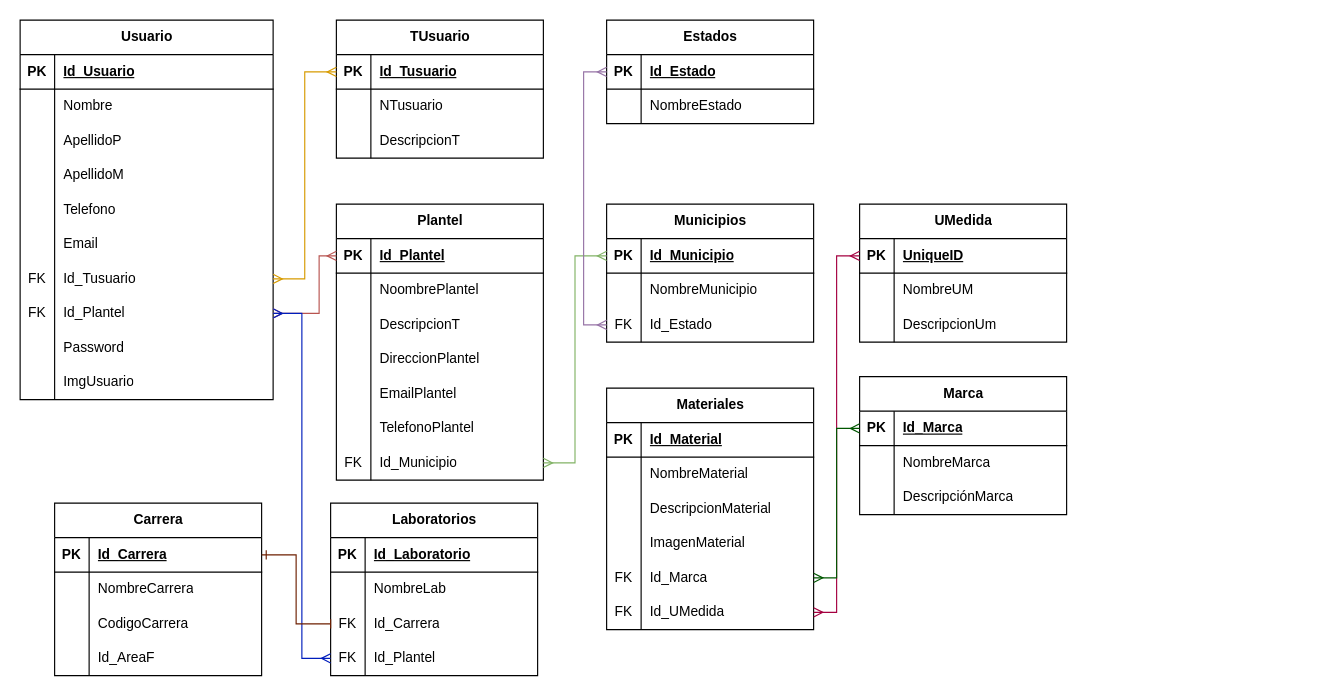
This is page "Modelo_Relacional" (2 of 2) of Diagrama sin título.drawio from JlchavezG/ContruccionBd, a draw.io file, before an edit. Source tidied: cells renumbered, new cells numbered last; positions are measured from the earlier drawing's top-left corner, leaving out a move shared by most shapes. Both pictures are drawn from the tidied source at 115%, with x=0, y=0 at pixel (20, 20).
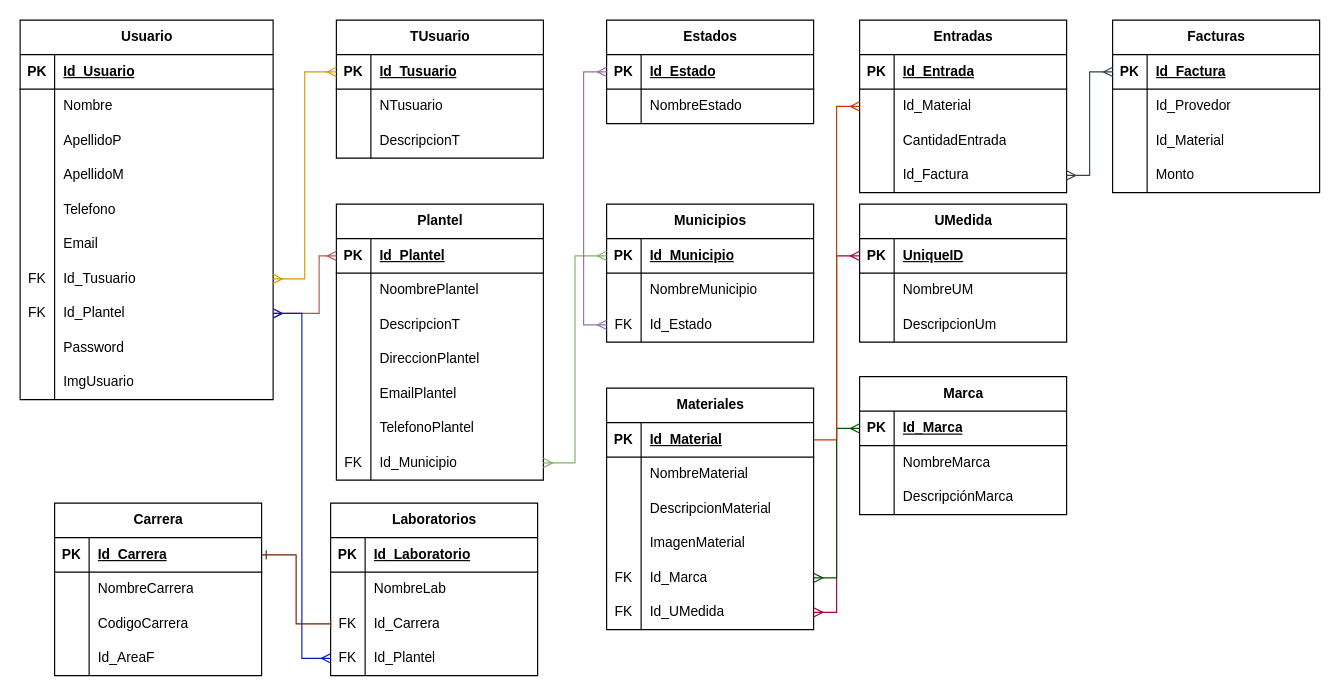
After the change.

The change refers to these unchanged cells:
```xml
<mxCell id="101" style="shape=tableRow;horizontal=0;startSize=0;swimlaneHead=0;swimlaneBody=0;fillColor=none;points=[[0,0.5],[1,0.5]];portConstraint=eastwest;top=0;left=0;right=0;bottom=1;" parent="100" vertex="1">
  <mxGeometry y="30" width="180" height="30" as="geometry" />
</mxCell>
```

Change to the diagram source:
```diff
@@
+    <mxCell id="155" value="Entradas" style="shape=table;startSize=30;childLayout=tableLayout;rowLines=0;fontStyle=1;align=center;html=1;" parent="1" vertex="1">
+      <mxGeometry x="730" width="180" height="150" as="geometry" />
+    </mxCell>
+    <mxCell id="156" style="shape=tableRow;horizontal=0;startSize=0;swimlaneHead=0;swimlaneBody=0;fillColor=none;top=0;left=0;right=0;bottom=1;" parent="155" vertex="1">
+      <mxGeometry y="30" width="180" height="30" as="geometry" />
+    </mxCell>
+    <mxCell id="157" value="PK" style="shape=partialRectangle;fillColor=none;top=0;left=0;bottom=0;right=0;fontStyle=1;overflow=hidden;whiteSpace=wrap;html=1;" parent="156" vertex="1">
+      <mxGeometry width="30" height="30" as="geometry" />
+    </mxCell>
+    <mxCell id="158" value="Id_Entrada" style="shape=partialRectangle;fillColor=none;top=0;left=0;bottom=0;right=0;align=left;spacingLeft=6;fontStyle=5;overflow=hidden;whiteSpace=wrap;html=1;" parent="156" vertex="1">
+      <mxGeometry x="30" width="150" height="30" as="geometry" />
+    </mxCell>
+    <mxCell id="159" style="shape=tableRow;horizontal=0;startSize=0;swimlaneHead=0;swimlaneBody=0;fillColor=none;points=[[0,0.5],[1,0.5]];portConstraint=eastwest;top=0;left=0;right=0;bottom=0;" parent="155" vertex="1">
+      <mxGeometry y="60" width="180" height="30" as="geometry" />
+    </mxCell>
+    <mxCell id="160" style="shape=partialRectangle;fillColor=none;top=0;left=0;bottom=0;right=0;overflow=hidden;whiteSpace=wrap;html=1;" parent="159" vertex="1">
+      <mxGeometry width="30" height="30" as="geometry" />
+    </mxCell>
+    <mxCell id="161" value="Id_Material" style="shape=partialRectangle;fillColor=none;top=0;left=0;bottom=0;right=0;align=left;spacingLeft=6;overflow=hidden;whiteSpace=wrap;html=1;" parent="159" vertex="1">
+      <mxGeometry x="30" width="150" height="30" as="geometry" />
+    </mxCell>
+    <mxCell id="162" style="shape=tableRow;horizontal=0;startSize=0;swimlaneHead=0;swimlaneBody=0;fillColor=none;top=0;left=0;right=0;bottom=0;" parent="155" vertex="1">
+      <mxGeometry y="90" width="180" height="30" as="geometry" />
+    </mxCell>
+    <mxCell id="163" style="shape=partialRectangle;fillColor=none;top=0;left=0;bottom=0;right=0;overflow=hidden;whiteSpace=wrap;html=1;" parent="162" vertex="1">
+      <mxGeometry width="30" height="30" as="geometry" />
+    </mxCell>
+    <mxCell id="164" value="CantidadEntrada" style="shape=partialRectangle;fillColor=none;top=0;left=0;bottom=0;right=0;align=left;spacingLeft=6;overflow=hidden;whiteSpace=wrap;html=1;" parent="162" vertex="1">
+      <mxGeometry x="30" width="150" height="30" as="geometry" />
+    </mxCell>
+    <mxCell id="165" style="shape=tableRow;horizontal=0;startSize=0;swimlaneHead=0;swimlaneBody=0;fillColor=none;points=[[0,0.5],[1,0.5]];portConstraint=eastwest;top=0;left=0;right=0;bottom=0;" parent="155" vertex="1">
+      <mxGeometry y="120" width="180" height="30" as="geometry" />
+    </mxCell>
+    <mxCell id="166" style="shape=partialRectangle;fillColor=none;top=0;left=0;bottom=0;right=0;overflow=hidden;whiteSpace=wrap;html=1;" parent="165" vertex="1">
+      <mxGeometry width="30" height="30" as="geometry" />
+    </mxCell>
+    <mxCell id="167" value="Id_Factura" style="shape=partialRectangle;fillColor=none;top=0;left=0;bottom=0;right=0;align=left;spacingLeft=6;overflow=hidden;whiteSpace=wrap;html=1;" parent="165" vertex="1">
+      <mxGeometry x="30" width="150" height="30" as="geometry" />
+    </mxCell>
+    <mxCell id="168" value="Facturas" style="shape=table;startSize=30;childLayout=tableLayout;rowLines=0;fontStyle=1;align=center;html=1;" parent="1" vertex="1">
+      <mxGeometry x="950" width="180" height="150" as="geometry" />
+    </mxCell>
+    <mxCell id="169" style="shape=tableRow;horizontal=0;startSize=0;swimlaneHead=0;swimlaneBody=0;fillColor=none;points=[[0,0.5],[1,0.5]];portConstraint=eastwest;top=0;left=0;right=0;bottom=1;" parent="168" vertex="1">
+      <mxGeometry y="30" width="180" height="30" as="geometry" />
+    </mxCell>
+    <mxCell id="170" value="PK" style="shape=partialRectangle;fillColor=none;top=0;left=0;bottom=0;right=0;fontStyle=1;overflow=hidden;whiteSpace=wrap;html=1;" parent="169" vertex="1">
+      <mxGeometry width="30" height="30" as="geometry" />
+    </mxCell>
+    <mxCell id="171" value="Id_Factura" style="shape=partialRectangle;fillColor=none;top=0;left=0;bottom=0;right=0;align=left;spacingLeft=6;fontStyle=5;overflow=hidden;whiteSpace=wrap;html=1;" parent="169" vertex="1">
+      <mxGeometry x="30" width="150" height="30" as="geometry" />
+    </mxCell>
+    <mxCell id="172" style="shape=tableRow;horizontal=0;startSize=0;swimlaneHead=0;swimlaneBody=0;fillColor=none;top=0;left=0;right=0;bottom=0;" parent="168" vertex="1">
+      <mxGeometry y="60" width="180" height="30" as="geometry" />
+    </mxCell>
+    <mxCell id="173" style="shape=partialRectangle;fillColor=none;top=0;left=0;bottom=0;right=0;overflow=hidden;whiteSpace=wrap;html=1;" parent="172" vertex="1">
+      <mxGeometry width="30" height="30" as="geometry" />
+    </mxCell>
+    <mxCell id="174" value="Id_Provedor" style="shape=partialRectangle;fillColor=none;top=0;left=0;bottom=0;right=0;align=left;spacingLeft=6;overflow=hidden;whiteSpace=wrap;html=1;" parent="172" vertex="1">
+      <mxGeometry x="30" width="150" height="30" as="geometry" />
+    </mxCell>
+    <mxCell id="175" style="shape=tableRow;horizontal=0;startSize=0;swimlaneHead=0;swimlaneBody=0;fillColor=none;top=0;left=0;right=0;bottom=0;" parent="168" vertex="1">
+      <mxGeometry y="90" width="180" height="30" as="geometry" />
+    </mxCell>
+    <mxCell id="176" style="shape=partialRectangle;fillColor=none;top=0;left=0;bottom=0;right=0;overflow=hidden;whiteSpace=wrap;html=1;" parent="175" vertex="1">
+      <mxGeometry width="30" height="30" as="geometry" />
+    </mxCell>
+    <mxCell id="177" value="Id_Material" style="shape=partialRectangle;fillColor=none;top=0;left=0;bottom=0;right=0;align=left;spacingLeft=6;overflow=hidden;whiteSpace=wrap;html=1;" parent="175" vertex="1">
+      <mxGeometry x="30" width="150" height="30" as="geometry" />
+    </mxCell>
+    <mxCell id="178" style="shape=tableRow;horizontal=0;startSize=0;swimlaneHead=0;swimlaneBody=0;fillColor=none;top=0;left=0;right=0;bottom=0;" parent="168" vertex="1">
+      <mxGeometry y="120" width="180" height="30" as="geometry" />
+    </mxCell>
+    <mxCell id="179" style="shape=partialRectangle;fillColor=none;top=0;left=0;bottom=0;right=0;overflow=hidden;whiteSpace=wrap;html=1;" parent="178" vertex="1">
+      <mxGeometry width="30" height="30" as="geometry" />
+    </mxCell>
+    <mxCell id="180" value="Monto" style="shape=partialRectangle;fillColor=none;top=0;left=0;bottom=0;right=0;align=left;spacingLeft=6;overflow=hidden;whiteSpace=wrap;html=1;" parent="178" vertex="1">
+      <mxGeometry x="30" width="150" height="30" as="geometry" />
+    </mxCell>
+    <mxCell id="181" style="edgeStyle=orthogonalEdgeStyle;rounded=0;jettySize=auto;html=1;entryX=0;entryY=0.5;entryDx=0;entryDy=0;fillColor=#fa6800;strokeColor=#C73500;endArrow=ERmany;endFill=0;" parent="1" edge="1" source="101" target="159">
+      <mxGeometry relative="1" as="geometry" />
+    </mxCell>
+    <mxCell id="182" style="edgeStyle=orthogonalEdgeStyle;rounded=0;jettySize=auto;html=1;entryX=1;entryY=0.5;entryDx=0;entryDy=0;endArrow=ERmany;endFill=0;startArrow=ERmany;startFill=0;fillColor=#647687;strokeColor=#314354;" parent="1" edge="1" source="169" target="165">
+      <mxGeometry relative="1" as="geometry" />
+    </mxCell>
```
